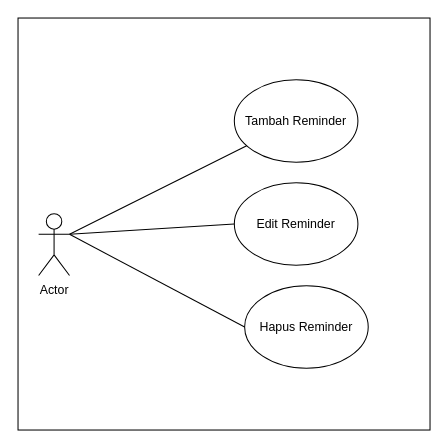
Before: Untitled Diagram.drawio in nathaniasan/dataset, a draw.io diagram. Source tidied: cells renumbered, new cells numbered last; positions are measured from the earlier drawing's top-left corner, leaving out a move shared by most shapes. Both pictures are drawn from the tidied source at 103%, with x=0, y=0 at pixel (18, 18).
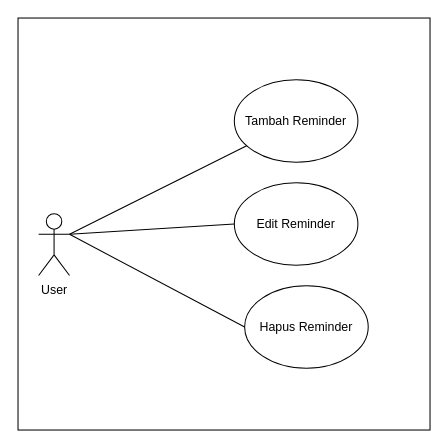
The same page after the edit.

What changed in the source:
```diff
@@
 <mxGraphModel>
   <root>
     <mxCell id="0" />
     <mxCell id="1" parent="0" />
     <mxCell id="2" style="rounded=0;whiteSpace=wrap;html=1;" parent="1" vertex="1">
       <mxGeometry width="400" height="400" as="geometry" />
     </mxCell>
-    <mxCell id="3" value="Actor" style="shape=umlActor;verticalLabelPosition=bottom;verticalAlign=top;html=1;outlineConnect=0;" parent="1" vertex="1">
+    <mxCell id="3" value="User" style="shape=umlActor;verticalLabelPosition=bottom;verticalAlign=top;html=1;outlineConnect=0;" parent="1" vertex="1">
       <mxGeometry x="20" y="190" width="30" height="60" as="geometry" />
     </mxCell>
     <mxCell id="4" style="endArrow=none;html=1;rounded=0;exitX=1;exitY=0.3333333333333333;exitDx=0;exitDy=0;exitPerimeter=0;" parent="1" edge="1" source="3" target="5">
       <mxGeometry relative="1" as="geometry" />
     </mxCell>
     <mxCell id="5" value="Tambah Reminder" style="ellipse;whiteSpace=wrap;html=1;" parent="1" vertex="1">
       <mxGeometry x="210" y="60" width="120" height="80" as="geometry" />
     </mxCell>
     <mxCell id="6" value="Edit Reminder" style="ellipse;whiteSpace=wrap;html=1;" parent="1" vertex="1">
       <mxGeometry x="210" y="160" width="120" height="80" as="geometry" />
     </mxCell>
     <mxCell id="7" value="Hapus Reminder" style="ellipse;whiteSpace=wrap;html=1;" parent="1" vertex="1">
       <mxGeometry x="220" y="260" width="120" height="80" as="geometry" />
     </mxCell>
     <mxCell id="8" style="endArrow=none;html=1;rounded=0;entryX=0;entryY=0.5;entryDx=0;entryDy=0;" parent="1" edge="1" target="6">
       <mxGeometry relative="1" as="geometry">
         <mxPoint x="50" y="210" as="sourcePoint" />
       </mxGeometry>
     </mxCell>
     <mxCell id="9" style="endArrow=none;html=1;rounded=0;entryX=0;entryY=0.5;entryDx=0;entryDy=0;" parent="1" edge="1" target="7">
       <mxGeometry relative="1" as="geometry">
         <mxPoint x="50" y="210" as="sourcePoint" />
       </mxGeometry>
     </mxCell>
   </root>
 </mxGraphModel>
```
